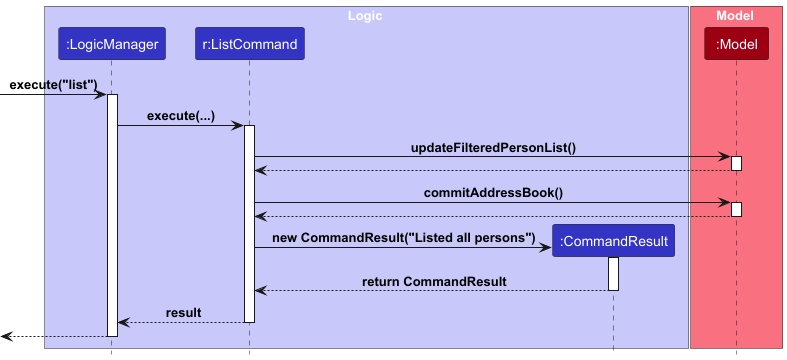
The PlantUML diagram docs/images/ListCommandSequenceDiagram.png in carineang/tp, before a commit. Its diagram source:
```plantuml
@startuml
!include style.puml

box Logic LOGIC_COLOR_T1
participant ":LogicManager" as LogicManager LOGIC_COLOR
participant "r:ListCommand" as ListCommand LOGIC_COLOR
participant ":CommandResult" as CommandResult LOGIC_COLOR
end box

box Model MODEL_COLOR_T1
participant ":Model" as Model MODEL_COLOR
end box
[-> LogicManager : execute("list")
activate LogicManager



LogicManager -> ListCommand : execute(...)
activate ListCommand


ListCommand -> Model : updateFilteredPersonList()
activate Model

Model --> ListCommand
deactivate Model

ListCommand -> Model : commitAddressBook()
activate Model

Model --> ListCommand
deactivate Model

create CommandResult
ListCommand -> CommandResult : new CommandResult("Listed all persons")
activate CommandResult

CommandResult --> ListCommand : return CommandResult
deactivate CommandResult

ListCommand --> LogicManager : result
deactivate ListCommand

[<--LogicManager
deactivate LogicManager
@enduml
```
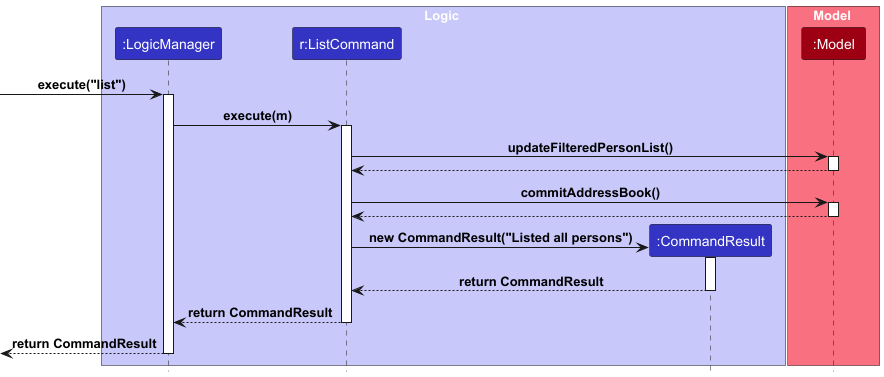
After the commit.

Commit message:
Update list command sequence diagram

What changed in the source:
```diff
@@ -13,9 +13,7 @@
 [-> LogicManager : execute("list")
 activate LogicManager
 
-
-
-LogicManager -> ListCommand : execute(...)
+LogicManager -> ListCommand : execute(m)
 activate ListCommand
 
 
@@ -38,9 +36,9 @@
 CommandResult --> ListCommand : return CommandResult
 deactivate CommandResult
 
-ListCommand --> LogicManager : result
+ListCommand --> LogicManager : return CommandResult
 deactivate ListCommand
 
-[<--LogicManager
+[<--LogicManager : return CommandResult
 deactivate LogicManager
 @enduml
```
